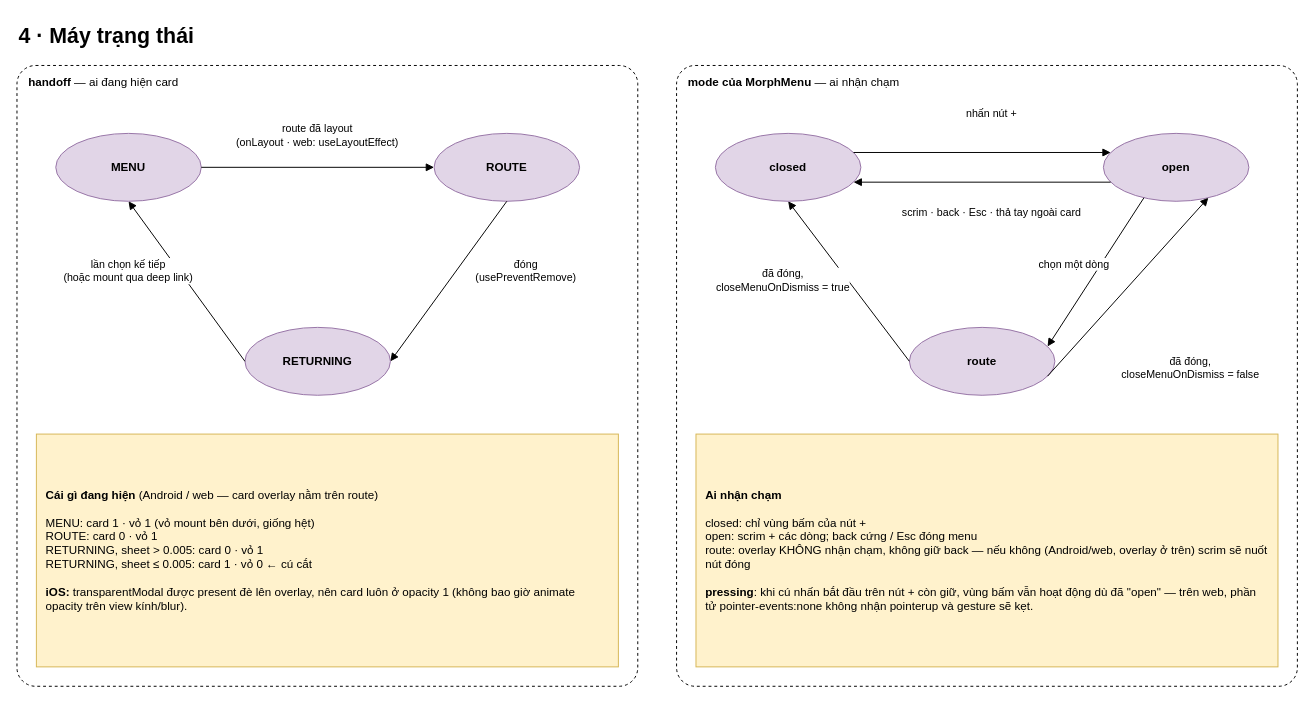
The draw.io diagram page "4 · Máy trạng thái" (4 of 7) of docs/diagrams/expo-morph-menu.vi.drawio in anhtuank7c/expo-morph-menu, before the edit. Source tidied: cells renumbered, new cells numbered last; positions are measured from the earlier drawing's top-left corner, leaving out a move shared by most shapes. Both pictures are drawn from the tidied source at 97%, with x=0, y=0 at pixel (16, 16).
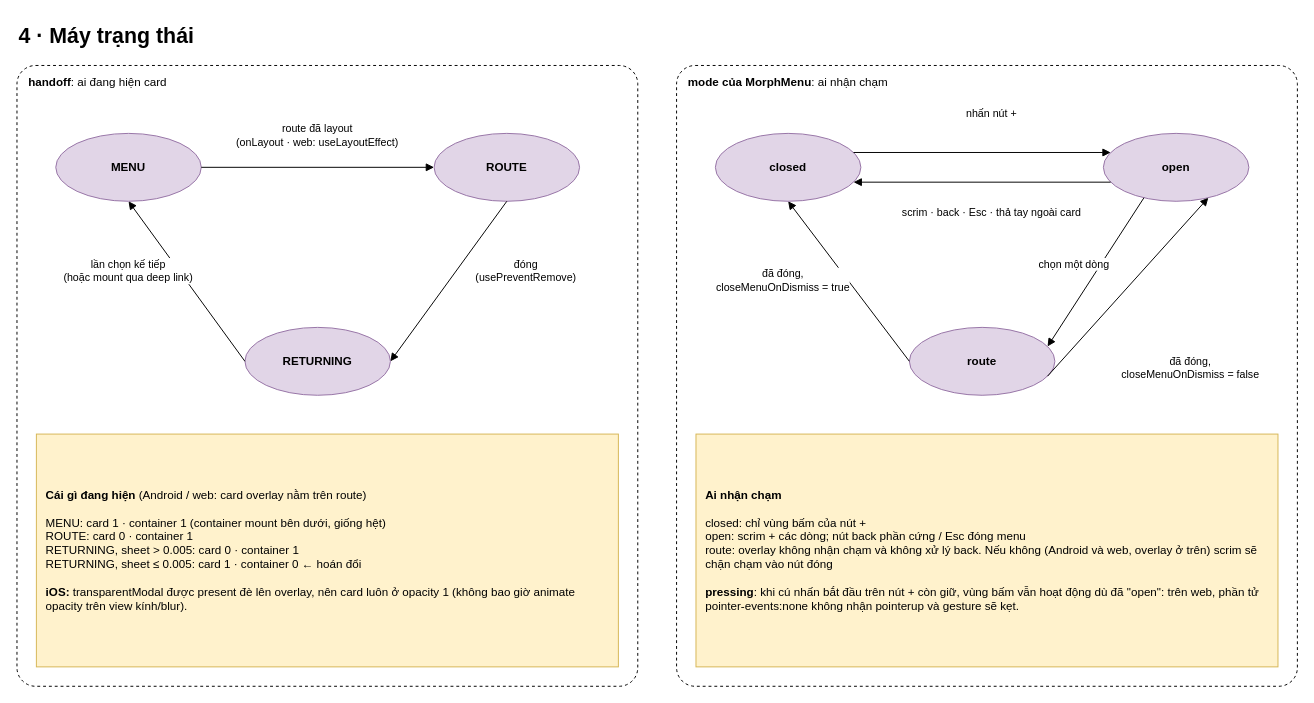
The same diagram, later.

Change to the diagram source:
```diff
@@
-    <mxCell id="3" value="&lt;b&gt;handoff&lt;/b&gt; — ai đang hiện card" style="rounded=1;whiteSpace=wrap;html=1;fillColor=none;dashed=1;verticalAlign=top;align=left;spacingLeft=10;spacingTop=4;arcSize=3;" parent="1" vertex="1">
+    <mxCell id="3" value="&lt;b&gt;handoff&lt;/b&gt;: ai đang hiện card" style="rounded=1;whiteSpace=wrap;html=1;fillColor=none;dashed=1;verticalAlign=top;align=left;spacingLeft=10;spacingTop=4;arcSize=3;" parent="1" vertex="1">
       <mxGeometry y="50" width="640" height="640" as="geometry" />
     </mxCell>
@@
-    <mxCell id="13" value="&lt;b&gt;Cái gì đang hiện&lt;/b&gt; (Android / web — card overlay nằm trên route)&lt;br&gt;&lt;br&gt;MENU: card 1 · vỏ 1 (vỏ mount bên dưới, giống hệt)&lt;br&gt;ROUTE: card 0 · vỏ 1&lt;br&gt;RETURNING, sheet &amp;gt; 0.005: card 0 · vỏ 1&lt;br&gt;RETURNING, sheet ≤ 0.005: card 1 · vỏ 0 ← cú cắt&lt;br&gt;&lt;br&gt;&lt;b&gt;iOS:&lt;/b&gt; transparentModal được present đè lên overlay, nên card luôn ở opacity 1 (không bao giờ animate opacity trên view kính/blur)." style="rounded=0;whiteSpace=wrap;html=1;fillColor=#fff2cc;strokeColor=#d6b656;align=left;spacingLeft=8;spacingRight=8;" parent="1" vertex="1">
+    <mxCell id="13" value="&lt;b&gt;Cái gì đang hiện&lt;/b&gt; (Android / web: card overlay nằm trên route)&lt;br&gt;&lt;br&gt;MENU: card 1 · container 1 (container mount bên dưới, giống hệt)&lt;br&gt;ROUTE: card 0 · container 1&lt;br&gt;RETURNING, sheet &amp;gt; 0.005: card 0 · container 1&lt;br&gt;RETURNING, sheet ≤ 0.005: card 1 · container 0 ← hoán đổi&lt;br&gt;&lt;br&gt;&lt;b&gt;iOS:&lt;/b&gt; transparentModal được present đè lên overlay, nên card luôn ở opacity 1 (không bao giờ animate opacity trên view kính/blur)." style="rounded=0;whiteSpace=wrap;html=1;fillColor=#fff2cc;strokeColor=#d6b656;align=left;spacingLeft=8;spacingRight=8;" parent="1" vertex="1">
       <mxGeometry x="20" y="430" width="600" height="240" as="geometry" />
     </mxCell>
-    <mxCell id="14" value="&lt;b&gt;mode của MorphMenu&lt;/b&gt; — ai nhận chạm" style="rounded=1;whiteSpace=wrap;html=1;fillColor=none;dashed=1;verticalAlign=top;align=left;spacingLeft=10;spacingTop=4;arcSize=3;" parent="1" vertex="1">
+    <mxCell id="14" value="&lt;b&gt;mode của MorphMenu&lt;/b&gt;: ai nhận chạm" style="rounded=1;whiteSpace=wrap;html=1;fillColor=none;dashed=1;verticalAlign=top;align=left;spacingLeft=10;spacingTop=4;arcSize=3;" parent="1" vertex="1">
       <mxGeometry x="680" y="50" width="640" height="640" as="geometry" />
     </mxCell>
@@
-    <mxCell id="28" value="&lt;b&gt;Ai nhận chạm&lt;/b&gt;&lt;br&gt;&lt;br&gt;closed: chỉ vùng bấm của nút +&lt;br&gt;open: scrim + các dòng; back cứng / Esc đóng menu&lt;br&gt;route: overlay KHÔNG nhận chạm, không giữ back — nếu không (Android/web, overlay ở trên) scrim sẽ nuốt nút đóng&lt;br&gt;&lt;br&gt;&lt;b&gt;pressing&lt;/b&gt;: khi cú nhấn bắt đầu trên nút + còn giữ, vùng bấm vẫn hoạt động dù đã &quot;open&quot; — trên web, phần tử pointer-events:none không nhận pointerup và gesture sẽ kẹt." style="rounded=0;whiteSpace=wrap;html=1;fillColor=#fff2cc;strokeColor=#d6b656;align=left;spacingLeft=8;spacingRight=8;" parent="1" vertex="1">
+    <mxCell id="28" value="&lt;b&gt;Ai nhận chạm&lt;/b&gt;&lt;br&gt;&lt;br&gt;closed: chỉ vùng bấm của nút +&lt;br&gt;open: scrim + các dòng; nút back phần cứng / Esc đóng menu&lt;br&gt;route: overlay không nhận chạm và không xử lý back. Nếu không (Android và web, overlay ở trên) scrim sẽ chặn chạm vào nút đóng&lt;br&gt;&lt;br&gt;&lt;b&gt;pressing&lt;/b&gt;: khi cú nhấn bắt đầu trên nút + còn giữ, vùng bấm vẫn hoạt động dù đã &quot;open&quot;: trên web, phần tử pointer-events:none không nhận pointerup và gesture sẽ kẹt." style="rounded=0;whiteSpace=wrap;html=1;fillColor=#fff2cc;strokeColor=#d6b656;align=left;spacingLeft=8;spacingRight=8;" parent="1" vertex="1">
       <mxGeometry x="700" y="430" width="600" height="240" as="geometry" />
     </mxCell>
```
